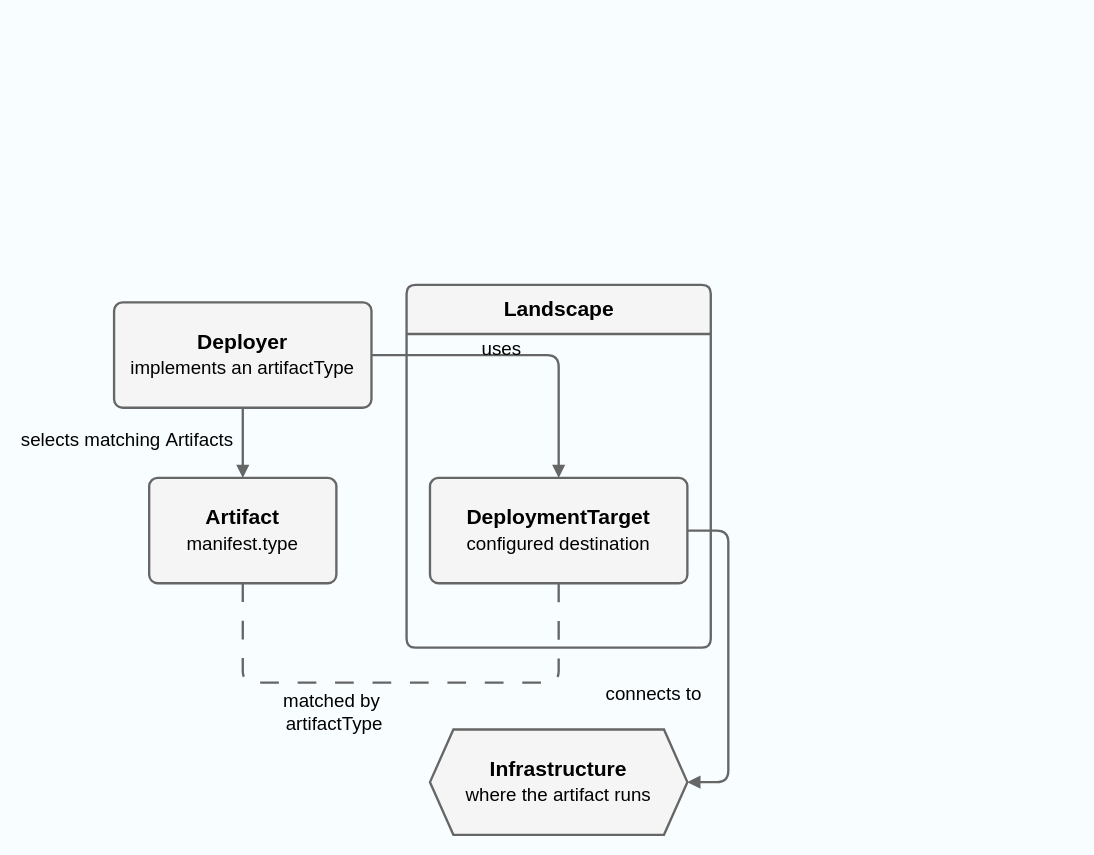
This is public/assets/diagrams/deployment-model.drawio from konfidence-project/konfidence-docs, a draw.io file, before an edit. Source tidied: cells renumbered, new cells numbered last; positions are measured from the earlier drawing's top-left corner, leaving out a move shared by most shapes. Both pictures are drawn from the tidied source at 117%, with x=0, y=0 at pixel (113, 284).
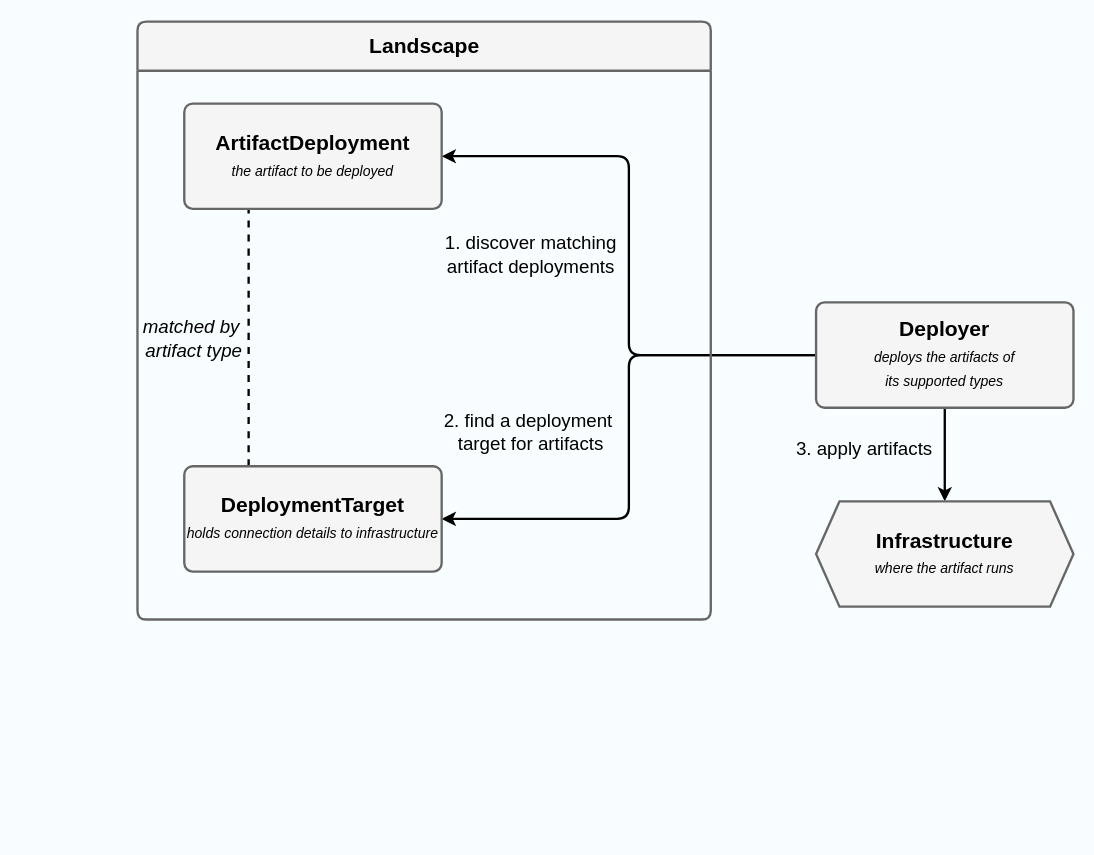
The same diagram, later.

The edit, as a diff of the source:
```diff
@@
 <mxGraphModel background="#F8FEFF">
   <root>
     <mxCell id="0" />
     <mxCell id="1" parent="0" />
-    <mxCell id="2" value="&lt;b&gt;Artifact&lt;/b&gt;&lt;div&gt;&lt;font style=&quot;font-size: 16px;&quot;&gt;manifest.type&lt;/font&gt;&lt;/div&gt;" style="rounded=1;arcSize=8;whiteSpace=wrap;html=1;fillColor=#f5f5f5;strokeColor=#666666;strokeWidth=2;fontColor=#000000;fontSize=18;" parent="1" vertex="1">
-      <mxGeometry x="30" y="165" width="160" height="90" as="geometry" />
-    </mxCell>
+    <mxCell id="14" style="edgeStyle=orthogonalEdgeStyle;rounded=1;jettySize=auto;html=1;entryX=0.5;entryY=0;entryDx=0;entryDy=0;strokeWidth=2;curved=0;" parent="1" edge="1" source="3" target="6">
+      <mxGeometry relative="1" as="geometry" />
+    </mxCell>
+    <mxCell id="15" value="3. apply artifacts" style="edgeLabel;html=1;align=center;verticalAlign=middle;fontSize=16;labelBackgroundColor=none;" parent="14" vertex="1">
+      <mxGeometry x="0.21" y="1" relative="1" as="geometry">
+        <mxPoint x="-71" y="-14" as="offset" />
+      </mxGeometry>
+    </mxCell>
+    <mxCell id="7" style="edgeStyle=orthogonalEdgeStyle;rounded=1;jettySize=auto;html=1;entryX=1;entryY=0.5;entryDx=0;entryDy=0;curved=0;strokeWidth=2;" parent="1" edge="1" source="3" target="2">
+      <mxGeometry relative="1" as="geometry" />
+    </mxCell>
+    <mxCell id="16" value="1. discover matching &lt;br&gt;artifact deployments" style="edgeLabel;html=1;align=center;verticalAlign=middle;labelBackgroundColor=none;fontSize=16;" parent="7" vertex="1">
+      <mxGeometry x="0.14" relative="1" as="geometry">
+        <mxPoint x="-85" y="32" as="offset" />
+      </mxGeometry>
+    </mxCell>
+    <mxCell id="12" style="edgeStyle=orthogonalEdgeStyle;rounded=1;jettySize=auto;html=1;entryX=1;entryY=0.5;entryDx=0;entryDy=0;curved=0;strokeWidth=2;" parent="1" edge="1" source="3" target="5">
+      <mxGeometry relative="1" as="geometry" />
+    </mxCell>
+    <mxCell id="17" value="&lt;span&gt;&lt;font&gt;2. find a deployment&amp;nbsp;&lt;/font&gt;&lt;/span&gt;&lt;div&gt;&lt;span&gt;&lt;font&gt;target for artifacts&lt;/font&gt;&lt;/span&gt;&lt;/div&gt;" style="edgeLabel;html=1;align=center;verticalAlign=middle;labelBackgroundColor=none;fontSize=16;" parent="12" vertex="1">
+      <mxGeometry x="0.03" y="1" relative="1" as="geometry">
+        <mxPoint x="-86" y="-12" as="offset" />
+      </mxGeometry>
+    </mxCell>
-    <mxCell id="3" value="&lt;b&gt;Deployer&lt;/b&gt;&lt;div&gt;&lt;font style=&quot;font-size: 16px;&quot;&gt;implements an artifactType&lt;/font&gt;&lt;/div&gt;" style="rounded=1;arcSize=8;whiteSpace=wrap;html=1;fillColor=#f5f5f5;strokeColor=#666666;strokeWidth=2;fontColor=#000000;fontSize=18;" parent="1" vertex="1">
-      <mxGeometry y="15" width="220" height="90" as="geometry" />
+    <mxCell id="3" value="&lt;b&gt;Deployer&lt;/b&gt;&lt;div&gt;&lt;font style=&quot;font-size: 12px;&quot;&gt;&lt;i&gt;deploys the artifacts of &lt;br&gt;its supported types&lt;/i&gt;&lt;/font&gt;&lt;/div&gt;" style="rounded=1;arcSize=8;whiteSpace=wrap;html=1;fillColor=#f5f5f5;strokeColor=#666666;strokeWidth=2;fontColor=#000000;fontSize=18;" parent="1" vertex="1">
+      <mxGeometry x="600" y="15" width="220" height="90" as="geometry" />
     </mxCell>
-    <mxCell id="4" value="&lt;b&gt;Landscape&lt;/b&gt;" style="swimlane;html=1;rounded=1;arcSize=6;startSize=42;horizontal=1;fillColor=#f5f5f5;strokeColor=#666666;strokeWidth=2;fontColor=#000000;fontSize=18;" parent="1" vertex="1">
-      <mxGeometry x="250" width="260" height="310" as="geometry" />
+    <mxCell id="4" value="&lt;b&gt;Landscape&lt;/b&gt;" style="swimlane;html=1;rounded=1;arcSize=6;startSize=42;horizontal=1;fillColor=#f5f5f5;strokeColor=#666666;strokeWidth=2;fontColor=#000000;fontSize=18;swimlaneLine=1;" parent="1" vertex="1">
+      <mxGeometry x="20" y="-225" width="490" height="511" as="geometry" />
     </mxCell>
+    <mxCell id="18" style="edgeStyle=orthogonalEdgeStyle;rounded=1;jettySize=auto;html=1;exitX=0.25;exitY=0;exitDx=0;exitDy=0;entryX=0.25;entryY=1;entryDx=0;entryDy=0;endArrow=none;endFill=0;strokeWidth=2;dashed=1;curved=0;" parent="4" edge="1" source="5" target="2">
+      <mxGeometry relative="1" as="geometry" />
+    </mxCell>
+    <mxCell id="19" value="&lt;i style=&quot;font-size: 16px;&quot;&gt;matched by&amp;nbsp;&lt;/i&gt;&lt;div style=&quot;font-size: 16px;&quot;&gt;&lt;i&gt;artifact type&lt;/i&gt;&lt;/div&gt;" style="edgeLabel;html=1;align=center;verticalAlign=middle;labelBackgroundColor=none;" parent="18" vertex="1">
+      <mxGeometry x="0.2" y="3" relative="1" as="geometry">
+        <mxPoint x="-45" y="22" as="offset" />
+      </mxGeometry>
+    </mxCell>
-    <mxCell id="5" value="&lt;b&gt;DeploymentTarget&lt;/b&gt;&lt;div&gt;&lt;font style=&quot;font-size: 16px;&quot;&gt;configured destination&lt;/font&gt;&lt;/div&gt;" style="rounded=1;arcSize=8;whiteSpace=wrap;html=1;fillColor=#f5f5f5;strokeColor=#666666;strokeWidth=2;fontColor=#000000;fontSize=18;" parent="4" vertex="1">
-      <mxGeometry x="20" y="165" width="220" height="90" as="geometry" />
+    <mxCell id="5" value="&lt;b&gt;DeploymentTarget&lt;/b&gt;&lt;div&gt;&lt;font style=&quot;font-size: 12px;&quot;&gt;&lt;i&gt;holds connection details to infrastructure&lt;/i&gt;&lt;/font&gt;&lt;/div&gt;" style="rounded=1;arcSize=8;whiteSpace=wrap;html=1;fillColor=#f5f5f5;strokeColor=#666666;strokeWidth=2;fontColor=#000000;fontSize=18;" parent="4" vertex="1">
+      <mxGeometry x="40" y="380" width="220" height="90" as="geometry" />
     </mxCell>
+    <mxCell id="2" value="&lt;b&gt;ArtifactDeployment&lt;/b&gt;&lt;div&gt;&lt;font style=&quot;font-size: 12px;&quot;&gt;&lt;i style=&quot;&quot;&gt;the artifact to be deployed&lt;/i&gt;&lt;/font&gt;&lt;/div&gt;" style="rounded=1;arcSize=8;whiteSpace=wrap;html=1;fillColor=#f5f5f5;strokeColor=#666666;strokeWidth=2;fontColor=#000000;fontSize=18;" parent="4" vertex="1">
+      <mxGeometry x="40" y="70" width="220" height="90" as="geometry" />
+    </mxCell>
-    <mxCell id="6" value="&lt;b&gt;Infrastructure&lt;/b&gt;&lt;div&gt;&lt;font style=&quot;font-size: 16px;&quot;&gt;where the artifact runs&lt;/font&gt;&lt;/div&gt;" style="shape=hexagon;perimeter=hexagonPerimeter2;whiteSpace=wrap;html=1;fixedSize=1;fillColor=#f5f5f5;strokeColor=#666666;strokeWidth=2;fontColor=#000000;fontSize=18;" parent="1" vertex="1">
-      <mxGeometry x="270" y="380" width="220" height="90" as="geometry" />
+    <mxCell id="6" value="&lt;b&gt;Infrastructure&lt;/b&gt;&lt;div&gt;&lt;font style=&quot;font-size: 12px;&quot;&gt;&lt;i&gt;where the artifact runs&lt;/i&gt;&lt;/font&gt;&lt;/div&gt;" style="shape=hexagon;perimeter=hexagonPerimeter2;whiteSpace=wrap;html=1;fixedSize=1;fillColor=#f5f5f5;strokeColor=#666666;strokeWidth=2;fontColor=#000000;fontSize=18;" parent="1" vertex="1">
+      <mxGeometry x="600" y="185" width="220" height="90" as="geometry" />
     </mxCell>
-    <mxCell id="7" style="endArrow=block;endFill=1;strokeColor=#666666;strokeWidth=2;fontSize=16;fontColor=#000000;html=1;edgeStyle=orthogonalEdgeStyle;labelBackgroundColor=#F8FEFF;exitX=0.5;exitY=1;exitDx=0;exitDy=0;fillColor=#f5f5f5;entryX=0.5;entryY=0;entryDx=0;entryDy=0;" parent="1" edge="1" source="3" target="2">
-      <mxGeometry relative="1" as="geometry" />
-    </mxCell>
-    <mxCell id="8" value="&lt;span style=&quot;&quot;&gt;selects matching&amp;nbsp;&lt;/span&gt;&lt;span style=&quot;color: light-dark(rgb(0, 0, 0), rgb(255, 255, 255));&quot;&gt;Artifacts&lt;/span&gt;" style="edgeLabel;html=1;align=center;verticalAlign=middle;fontSize=16;labelBackgroundColor=none;" parent="7" vertex="1">
-      <mxGeometry relative="1" as="geometry">
-        <mxPoint x="-100" y="-4" as="offset" />
-      </mxGeometry>
-    </mxCell>
-    <mxCell id="9" value="matched by&amp;nbsp;&lt;div&gt;artifactType&lt;/div&gt;" style="endArrow=none;endFill=0;strokeColor=#666666;strokeWidth=2;fontSize=16;fontColor=#000000;html=1;edgeStyle=orthogonalEdgeStyle;labelBackgroundColor=none;fillColor=#f5f5f5;dashed=1;dashPattern=8 8;entryX=0.5;entryY=1;entryDx=0;entryDy=0;exitX=0.5;exitY=1;exitDx=0;exitDy=0;" parent="1" edge="1" source="2" target="5">
-      <mxGeometry x="-0.26" y="-25" relative="1" as="geometry">
-        <Array as="points">
-          <mxPoint x="110" y="340" />
-          <mxPoint x="380" y="340" />
-        </Array>
-      </mxGeometry>
-    </mxCell>
-    <mxCell id="10" style="endArrow=block;endFill=1;strokeColor=#666666;strokeWidth=2;fontSize=16;fontColor=#000000;html=1;edgeStyle=orthogonalEdgeStyle;labelBackgroundColor=#F8FEFF;fillColor=#f5f5f5;exitX=1;exitY=0.5;exitDx=0;exitDy=0;entryX=1;entryY=0.5;entryDx=0;entryDy=0;" parent="1" edge="1" source="5" target="6">
-      <mxGeometry relative="1" as="geometry">
-        <Array as="points">
-          <mxPoint x="525" y="210" />
-          <mxPoint x="525" y="425" />
-        </Array>
-      </mxGeometry>
-    </mxCell>
-    <mxCell id="11" value="&lt;span style=&quot;font-size: 16px;&quot;&gt;connects to&lt;/span&gt;" style="edgeLabel;html=1;align=center;verticalAlign=middle;fontSize=16;labelBackgroundColor=none;" parent="10" vertex="1">
-      <mxGeometry relative="1" as="geometry">
-        <mxPoint x="-65" y="30" as="offset" />
-      </mxGeometry>
-    </mxCell>
-    <mxCell id="12" style="endArrow=block;endFill=1;strokeColor=#666666;strokeWidth=2;fontSize=16;fontColor=#000000;html=1;edgeStyle=orthogonalEdgeStyle;labelBackgroundColor=#F8FEFF;fillColor=#f5f5f5;exitX=1;exitY=0.5;exitDx=0;exitDy=0;entryX=0.5;entryY=0;entryDx=0;entryDy=0;" parent="1" edge="1" source="3" target="5">
-      <mxGeometry relative="1" as="geometry" />
-    </mxCell>
-    <mxCell id="13" value="uses" style="edgeLabel;html=1;align=center;verticalAlign=middle;fontSize=16;labelBackgroundColor=none;" parent="12" vertex="1">
-      <mxGeometry relative="1" as="geometry">
-        <mxPoint x="-23" y="-7" as="offset" />
-      </mxGeometry>
-    </mxCell>
   </root>
 </mxGraphModel>
```
